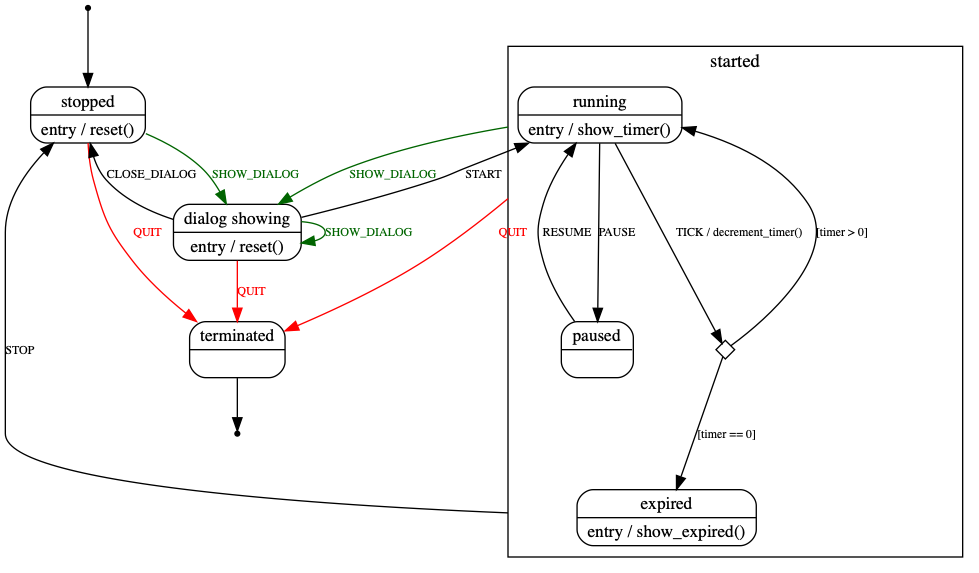
The Graphviz diagram docs/states.png in kristopherjohnson/MenubarCountdown, before a commit. Its source is kept beside it as docs/states.gv.
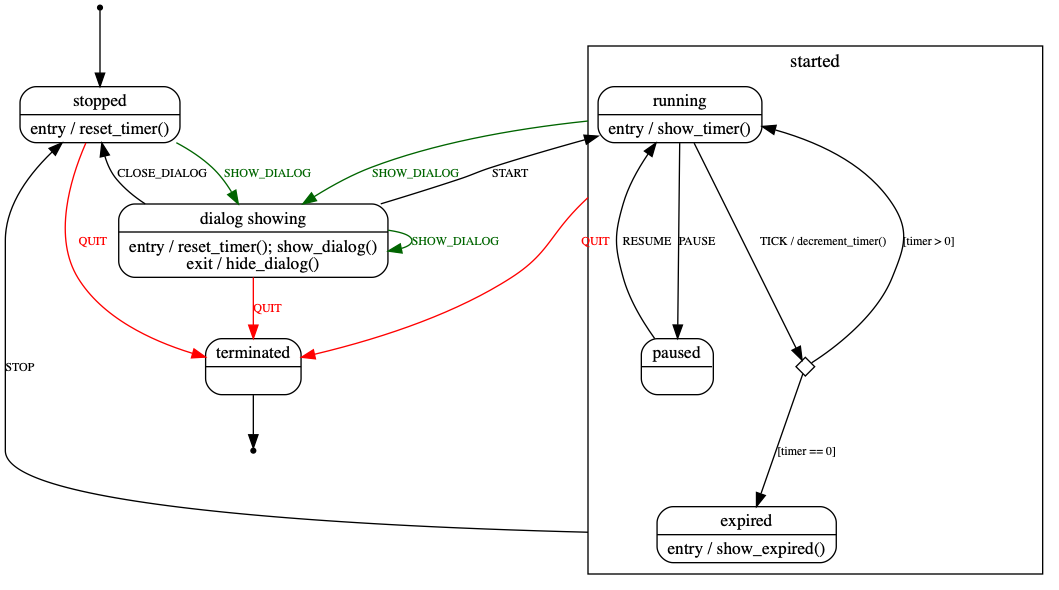
After the commit.

Commit message:
Cleanup of state diagram

What changed in the source:
```diff
@@ -1,3 +1,4 @@
+
 strict digraph States {
     graph [
         forcelabels=true;
@@ -19,11 +20,11 @@
     ]
 
     stopped [
-        label="{ \N | entry / reset() }"
+        label="{ \N | entry / reset_timer() }"
     ]
 
     dialog [
-        label="{ dialog showing | entry / reset() }"
+        label="{ dialog showing | entry / reset_timer(); show_dialog()\nexit / hide_dialog() }"
     ]
 
     subgraph cluster_started {
@@ -38,11 +39,9 @@
             label="{ \N | entry / show_expired() }"
         ]
 
-        # PAUSE / RESUME
         running    -> paused     [ label=PAUSE ]
         paused     -> running    [ label=RESUME ]
 
-        # psuedostate
         decrement  [
             label=""
             shape=diamond
@@ -50,6 +49,7 @@
             height=0.2
             width=0.2
         ]
+
         running    -> decrement  [ label="TICK / decrement_timer()" ]
         decrement  -> running    [ label="[timer > 0]" ]
         decrement  -> expired    [ label="[timer == 0]" ]
@@ -64,7 +64,6 @@
 
     init -> stopped
 
-    # SHOW_DIALOG
     { stopped, dialog } -> dialog [
         label=SHOW_DIALOG
         color=darkgreen
@@ -80,13 +79,11 @@
     dialog     -> running    [ label=START ]
     dialog     -> stopped    [ label=CLOSE_DIALOG ]
 
-    # STOP
     expired -> stopped [
         label=STOP
         ltail=cluster_started;
     ]
 
-    # QUIT
     { stopped, dialog } -> terminated [
         label=QUIT
         color=red
```
